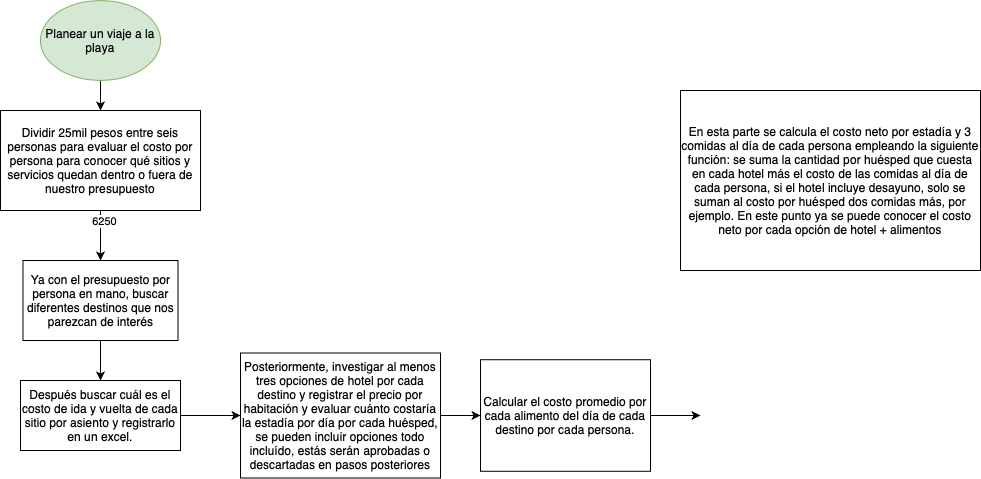
Earlier version of the draw.io export travelBeach.png (missphoneme/ejercicios-kodemia). Source tidied: cells renumbered, new cells last; positions are measured from the earlier drawing's top-left corner, leaving out a move shared by most shapes.
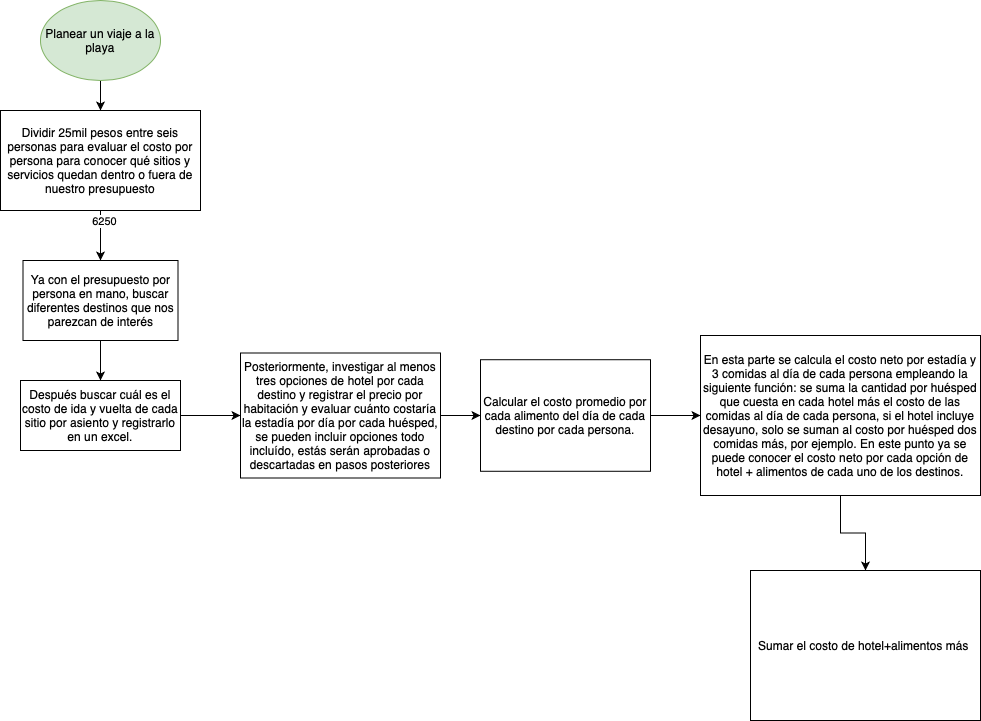
After the change.

Change to the diagram source:
```diff
@@ -35,16 +35,20 @@
     <mxCell id="12" value="Posteriormente, investigar al menos tres opciones de hotel por cada destino y registrar el precio por habitación y evaluar cuánto costaría la estadía por día por cada huésped, se pueden incluir opciones todo incluído, estás serán aprobadas o descartadas en pasos posteriores" style="whiteSpace=wrap;html=1;rounded=0;" parent="1" vertex="1">
       <mxGeometry x="240" y="352.5" width="200" height="125" as="geometry" />
     </mxCell>
-    <mxCell id="13" style="edgeStyle=orthogonalEdgeStyle;rounded=0;jettySize=auto;html=1;" parent="1" edge="1" source="14">
-      <mxGeometry relative="1" as="geometry">
-        <mxPoint x="700" y="415" as="targetPoint" />
-      </mxGeometry>
-    </mxCell>
+    <mxCell id="16" style="edgeStyle=orthogonalEdgeStyle;rounded=0;jettySize=auto;html=1;entryX=0;entryY=0.5;entryDx=0;entryDy=0;" parent="1" edge="1" source="14" target="15">
+      <mxGeometry relative="1" as="geometry" />
+    </mxCell>
     <mxCell id="14" value="Calcular el costo promedio por cada alimento del día de cada destino por cada persona." style="whiteSpace=wrap;html=1;rounded=0;" parent="1" vertex="1">
       <mxGeometry x="480" y="359.2" width="170" height="111.6" as="geometry" />
     </mxCell>
+    <mxCell id="17" style="edgeStyle=orthogonalEdgeStyle;rounded=0;jettySize=auto;html=1;" parent="1" edge="1" source="15" target="18">
+      <mxGeometry relative="1" as="geometry" />
+    </mxCell>
-    <mxCell id="15" value="En esta parte se calcula el costo neto por estadía y 3 comidas al día de cada persona empleando la siguiente función: se suma la cantidad por huésped que cuesta en cada hotel más el costo de las comidas al día de cada persona, si el hotel incluye desayuno, solo se suman al costo por huésped dos comidas más, por ejemplo. En este punto ya se puede conocer el costo neto por cada opción de hotel + alimentos" style="rounded=0;whiteSpace=wrap;html=1;" parent="1" vertex="1">
-      <mxGeometry x="680" y="90" width="300" height="180" as="geometry" />
+    <mxCell id="15" value="En esta parte se calcula el costo neto por estadía y 3 comidas al día de cada persona empleando la siguiente función: se suma la cantidad por huésped que cuesta en cada hotel más el costo de las comidas al día de cada persona, si el hotel incluye desayuno, solo se suman al costo por huésped dos comidas más, por ejemplo. En este punto ya se puede conocer el costo neto por cada opción de hotel + alimentos de cada uno de los destinos." style="rounded=0;whiteSpace=wrap;html=1;" parent="1" vertex="1">
+      <mxGeometry x="700" y="335" width="280" height="160" as="geometry" />
     </mxCell>
+    <mxCell id="18" value="Sumar el costo de hotel+alimentos más&amp;nbsp;" style="whiteSpace=wrap;html=1;rounded=0;" parent="1" vertex="1">
+      <mxGeometry x="750" y="570" width="230" height="150" as="geometry" />
+    </mxCell>
   </root>
 </mxGraphModel>
```
